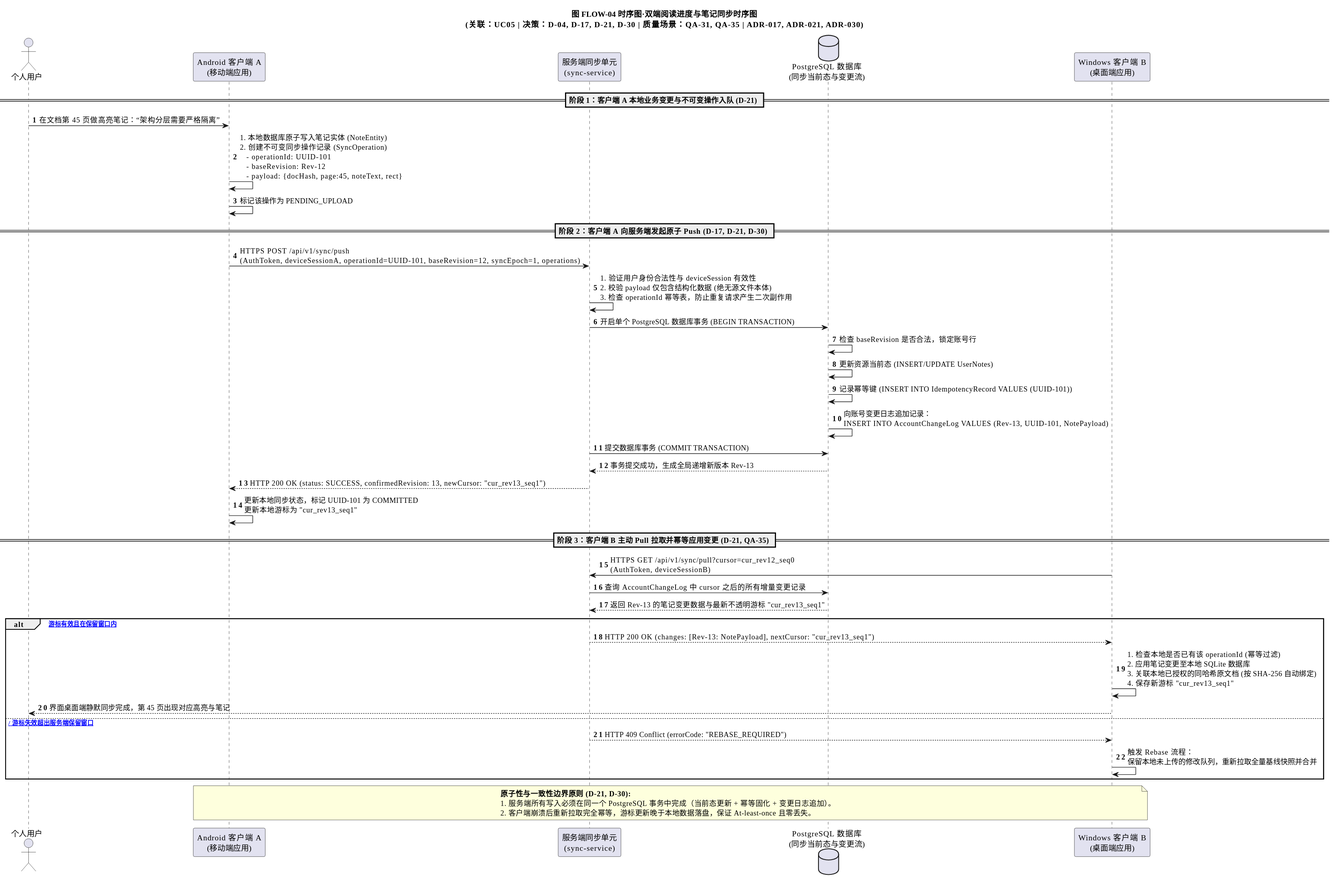
Before: docs/架构设计/阶段成果-V0.4-双端需求补充/41-架构视图与图件交付包-V1.0/导出图-SVG/FLOW-04-双端阅读进度与笔记同步时序图.svg, a diagram exported from PlantUML (Aut-172/Intelligent-Reader).
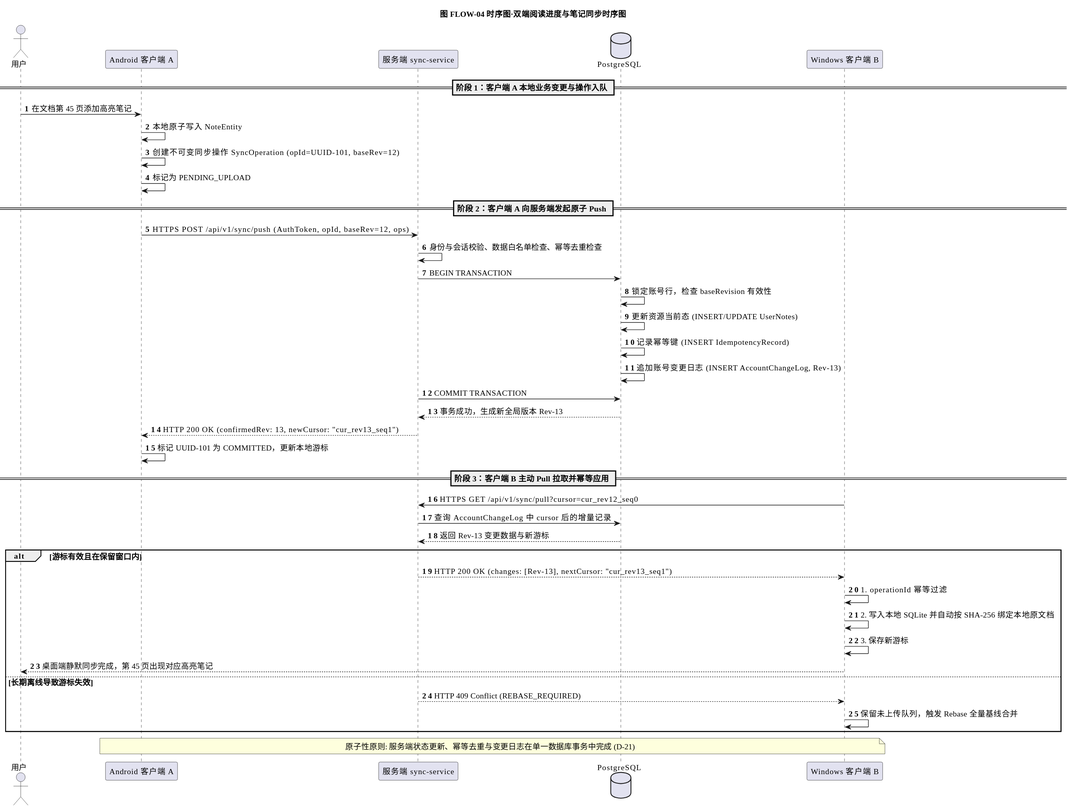
The same diagram one commit later.

Change to the diagram source:
```diff
@@ -1,55 +1,57 @@
 @startuml
-title 图 FLOW-04 时序图·双端阅读进度与笔记同步时序图\n(关联：UC05 | 决策：D-04, D-17, D-21, D-30 | 质量场景：QA-31, QA-35 | ADR-017, ADR-021, ADR-030)
+title 图 FLOW-04 时序图·双端阅读进度与笔记同步时序图
 autonumber
 skinparam shadowing false
 skinparam defaultFontName Microsoft YaHei
+skinparam defaultFontSize 14
+skinparam ParticipantPadding 10
+skinparam BoxPadding 10
 
-actor "个人用户" as User
-participant "Android 客户端 A\n(移动端应用)" as ClientA
-participant "服务端同步单元\n(sync-service)" as Server
-database "PostgreSQL 数据库\n(同步当前态与变更流)" as DB
-participant "Windows 客户端 B\n(桌面端应用)" as ClientB
+actor "用户" as User
+participant "Android 客户端 A" as ClientA
+participant "服务端 sync-service" as Server
+database "PostgreSQL" as DB
+participant "Windows 客户端 B" as ClientB
 
-== 阶段 1：客户端 A 本地业务变更与不可变操作入队 (D-21) ==
+== 阶段 1：客户端 A 本地业务变更与操作入队 ==
 
-User -> ClientA : 在文档第 45 页做高亮笔记：“架构分层需要严格隔离”
-ClientA -> ClientA : 1. 本地数据库原子写入笔记实体 (NoteEntity)\n2. 创建不可变同步操作记录 (SyncOperation)\n   - operationId: UUID-101\n   - baseRevision: Rev-12\n   - payload: {docHash, page:45, noteText, rect}
-ClientA -> ClientA : 标记该操作为 PENDING_UPLOAD
+User -> ClientA : 在文档第 45 页添加高亮笔记
+ClientA -> ClientA : 本地原子写入 NoteEntity
+ClientA -> ClientA : 创建不可变同步操作 SyncOperation (opId=UUID-101, baseRev=12)
+ClientA -> ClientA : 标记为 PENDING_UPLOAD
 
-== 阶段 2：客户端 A 向服务端发起原子 Push (D-17, D-21, D-30) ==
+== 阶段 2：客户端 A 向服务端发起原子 Push ==
 
-ClientA -> Server : HTTPS POST /api/v1/sync/push\n(AuthToken, deviceSessionA, operationId=UUID-101, baseRevision=12, syncEpoch=1, operations)
-Server -> Server : 1. 验证用户身份合法性与 deviceSession 有效性\n2. 校验 payload 仅包含结构化数据 (绝无源文件本体)\n3. 检查 operationId 幂等表，防止重复请求产生二次副作用
+ClientA -> Server : HTTPS POST /api/v1/sync/push (AuthToken, opId, baseRev=12, ops)
+Server -> Server : 身份与会话校验、数据白名单检查、幂等去重检查
 
-Server -> DB : 开启单个 PostgreSQL 数据库事务 (BEGIN TRANSACTION)
-DB -> DB : 检查 baseRevision 是否合法，锁定账号行
+Server -> DB : BEGIN TRANSACTION
+DB -> DB : 锁定账号行，检查 baseRevision 有效性
 DB -> DB : 更新资源当前态 (INSERT/UPDATE UserNotes)
-DB -> DB : 记录幂等键 (INSERT INTO IdempotencyRecord VALUES (UUID-101))
-DB -> DB : 向账号变更日志追加记录：\nINSERT INTO AccountChangeLog VALUES (Rev-13, UUID-101, NotePayload)
-Server -> DB : 提交数据库事务 (COMMIT TRANSACTION)
-DB --> Server : 事务提交成功，生成全局递增新版本 Rev-13
+DB -> DB : 记录幂等键 (INSERT IdempotencyRecord)
+DB -> DB : 追加账号变更日志 (INSERT AccountChangeLog, Rev-13)
+Server -> DB : COMMIT TRANSACTION
+DB --> Server : 事务成功，生成新全局版本 Rev-13
 
-Server --> ClientA : HTTP 200 OK (status: SUCCESS, confirmedRevision: 13, newCursor: "cur_rev13_seq1")
-ClientA -> ClientA : 更新本地同步状态，标记 UUID-101 为 COMMITTED\n更新本地游标为 "cur_rev13_seq1"
+Server --> ClientA : HTTP 200 OK (confirmedRev: 13, newCursor: "cur_rev13_seq1")
+ClientA -> ClientA : 标记 UUID-101 为 COMMITTED，更新本地游标
 
-== 阶段 3：客户端 B 主动 Pull 拉取并幂等应用变更 (D-21, QA-35) ==
+== 阶段 3：客户端 B 主动 Pull 拉取并幂等应用 ==
 
-ClientB -> Server : HTTPS GET /api/v1/sync/pull?cursor=cur_rev12_seq0\n(AuthToken, deviceSessionB)
-Server -> DB : 查询 AccountChangeLog 中 cursor 之后的所有增量变更记录
-DB --> Server : 返回 Rev-13 的笔记变更数据与最新不透明游标 "cur_rev13_seq1"
+ClientB -> Server : HTTPS GET /api/v1/sync/pull?cursor=cur_rev12_seq0
+Server -> DB : 查询 AccountChangeLog 中 cursor 后的增量记录
+DB --> Server : 返回 Rev-13 变更数据与新游标
 
-alt [游标有效且在保留窗口内]
-    Server --> ClientB : HTTP 200 OK (changes: [Rev-13: NotePayload], nextCursor: "cur_rev13_seq1")
-    ClientB -> ClientB : 1. 检查本地是否已有该 operationId (幂等过滤)\n2. 应用笔记变更至本地 SQLite 数据库\n3. 关联本地已授权的同哈希原文档 (按 SHA-256 自动绑定)\n4. 保存新游标 "cur_rev13_seq1"
-    ClientB --> User : 界面桌面端静默同步完成，第 45 页出现对应高亮与笔记
-else [长期离线 / 游标失效超出服务端保留窗口]
-    Server --> ClientB : HTTP 409 Conflict (errorCode: "REBASE_REQUIRED")
-    ClientB -> ClientB : 触发 Rebase 流程：\n保留本地未上传的修改队列，重新拉取全量基线快照并合并
+alt 游标有效且在保留窗口内
+    Server --> ClientB : HTTP 200 OK (changes: [Rev-13], nextCursor: "cur_rev13_seq1")
+    ClientB -> ClientB : 1. operationId 幂等过滤
+    ClientB -> ClientB : 2. 写入本地 SQLite 并自动按 SHA-256 绑定本地原文档
+    ClientB -> ClientB : 3. 保存新游标
+    ClientB --> User : 桌面端静默同步完成，第 45 页出现对应高亮笔记
+else 长期离线导致游标失效
+    Server --> ClientB : HTTP 409 Conflict (REBASE_REQUIRED)
+    ClientB -> ClientB : 保留未上传队列，触发 Rebase 全量基线合并
 end
 
-note over ClientA, ClientB
-  **原子性与一致性边界原则 (D-21, D-30):**
-  1. 服务端所有写入必须在同一个 PostgreSQL 事务中完成（当前态更新 + 幂等固化 + 变更日志追加）。
-  2. 客户端崩溃后重新拉取完全幂等，游标更新晚于本地数据落盘，保证 At-least-once 且零丢失。
-end note
+note over ClientA, ClientB : 原子性原则: 服务端状态更新、幂等去重与变更日志在单一数据库事务中完成 (D-21)
 @enduml
```
